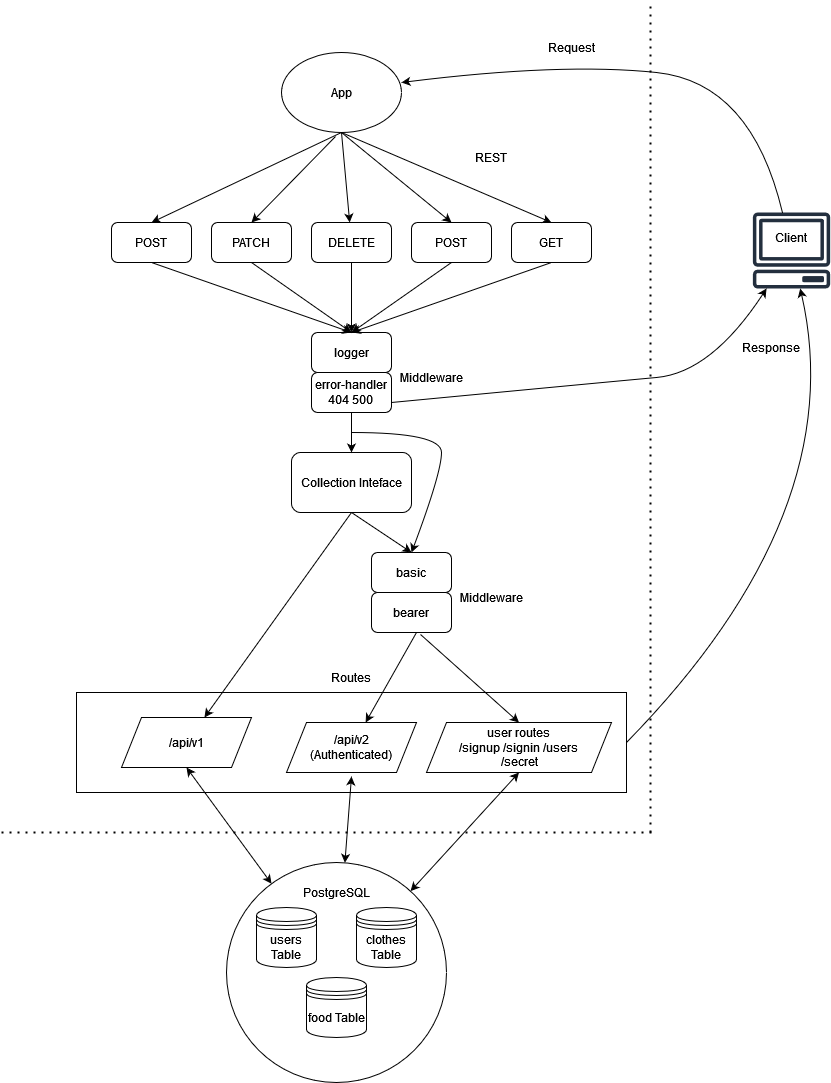
The draw.io diagram uml-diagram.png in Beers15/auth-api, before a commit. Source tidied: cells renumbered, new cells last; positions are measured from the earlier drawing's top-left corner, leaving out a move shared by most shapes. Its diagram source:
```xml
<mxGraphModel>
  <root>
    <mxCell id="0" />
    <mxCell id="1" parent="0" />
    <mxCell id="2" style="rounded=0;whiteSpace=wrap;html=1;" parent="1" vertex="1">
      <mxGeometry x="75" y="691" width="550" height="100" as="geometry" />
    </mxCell>
    <mxCell id="3" style="endArrow=none;dashed=1;html=1;dashPattern=1 3;strokeWidth=2;rounded=0;" parent="1" edge="1">
      <mxGeometry relative="1" as="geometry">
        <mxPoint x="649" y="831" as="sourcePoint" />
        <mxPoint x="649" as="targetPoint" />
      </mxGeometry>
    </mxCell>
    <mxCell id="4" value="POST" style="rounded=1;whiteSpace=wrap;html=1;" parent="1" vertex="1">
      <mxGeometry x="110" y="221" width="80" height="40" as="geometry" />
    </mxCell>
    <mxCell id="5" value="PATCH" style="rounded=1;whiteSpace=wrap;html=1;" parent="1" vertex="1">
      <mxGeometry x="210" y="221" width="80" height="40" as="geometry" />
    </mxCell>
    <mxCell id="6" value="DELETE" style="rounded=1;whiteSpace=wrap;html=1;" parent="1" vertex="1">
      <mxGeometry x="310" y="221" width="80" height="40" as="geometry" />
    </mxCell>
    <mxCell id="7" value="POST" style="rounded=1;whiteSpace=wrap;html=1;" parent="1" vertex="1">
      <mxGeometry x="410" y="221" width="80" height="40" as="geometry" />
    </mxCell>
    <mxCell id="8" value="GET" style="rounded=1;whiteSpace=wrap;html=1;" parent="1" vertex="1">
      <mxGeometry x="510" y="221" width="80" height="40" as="geometry" />
    </mxCell>
    <mxCell id="9" value="REST" style="text;html=1;strokeColor=none;fillColor=none;align=center;verticalAlign=middle;whiteSpace=wrap;rounded=0;" parent="1" vertex="1">
      <mxGeometry x="460" y="141" width="60" height="30" as="geometry" />
    </mxCell>
    <mxCell id="10" style="endArrow=none;dashed=1;html=1;dashPattern=1 3;strokeWidth=2;rounded=0;" parent="1" edge="1">
      <mxGeometry relative="1" as="geometry">
        <mxPoint y="831" as="sourcePoint" />
        <mxPoint x="650" y="831" as="targetPoint" />
      </mxGeometry>
    </mxCell>
    <mxCell id="11" style="ellipse;whiteSpace=wrap;html=1;" parent="1" vertex="1">
      <mxGeometry x="225" y="861" width="220" height="220" as="geometry" />
    </mxCell>
    <mxCell id="12" value="PostgreSQL" style="text;html=1;strokeColor=none;fillColor=none;align=center;verticalAlign=middle;whiteSpace=wrap;rounded=0;" parent="1" vertex="1">
      <mxGeometry x="305" y="876" width="60" height="30" as="geometry" />
    </mxCell>
    <mxCell id="13" value="Middleware" style="text;html=1;strokeColor=none;fillColor=none;align=center;verticalAlign=middle;whiteSpace=wrap;rounded=0;" parent="1" vertex="1">
      <mxGeometry x="400" y="361" width="60" height="30" as="geometry" />
    </mxCell>
    <mxCell id="14" style="endArrow=classic;html=1;rounded=0;exitX=0.5;exitY=1;exitDx=0;exitDy=0;" parent="1" edge="1" source="27" target="6">
      <mxGeometry relative="1" as="geometry" />
    </mxCell>
    <mxCell id="15" style="endArrow=classic;html=1;rounded=0;exitX=0.5;exitY=1;exitDx=0;exitDy=0;entryX=0.5;entryY=0;entryDx=0;entryDy=0;" parent="1" edge="1" source="27" target="8">
      <mxGeometry relative="1" as="geometry" />
    </mxCell>
    <mxCell id="16" style="endArrow=classic;html=1;rounded=0;entryX=0.5;entryY=0;entryDx=0;entryDy=0;exitX=0.5;exitY=1;exitDx=0;exitDy=0;" parent="1" edge="1" source="27" target="7">
      <mxGeometry relative="1" as="geometry" />
    </mxCell>
    <mxCell id="17" style="endArrow=classic;html=1;rounded=0;exitX=0.45;exitY=1.05;exitDx=0;exitDy=0;entryX=0.5;entryY=0;entryDx=0;entryDy=0;exitPerimeter=0;" parent="1" edge="1" source="27" target="5">
      <mxGeometry relative="1" as="geometry" />
    </mxCell>
    <mxCell id="18" style="endArrow=classic;html=1;rounded=0;entryX=0.5;entryY=0;entryDx=0;entryDy=0;exitX=0.5;exitY=1;exitDx=0;exitDy=0;" parent="1" edge="1" source="27" target="4">
      <mxGeometry relative="1" as="geometry" />
    </mxCell>
    <mxCell id="19" value="Request" style="text;html=1;strokeColor=none;fillColor=none;align=center;verticalAlign=middle;whiteSpace=wrap;rounded=0;" parent="1" vertex="1">
      <mxGeometry x="540" y="31" width="60" height="30" as="geometry" />
    </mxCell>
    <mxCell id="20" value="Response" style="text;html=1;strokeColor=none;fillColor=none;align=center;verticalAlign=middle;whiteSpace=wrap;rounded=0;" parent="1" vertex="1">
      <mxGeometry x="740" y="331" width="60" height="30" as="geometry" />
    </mxCell>
    <mxCell id="21" style="shape=datastore;whiteSpace=wrap;html=1;" parent="1" vertex="1">
      <mxGeometry x="255" y="906" width="60" height="60" as="geometry" />
    </mxCell>
    <mxCell id="22" value="users Table" style="text;html=1;strokeColor=none;fillColor=none;align=center;verticalAlign=middle;whiteSpace=wrap;rounded=0;" parent="1" vertex="1">
      <mxGeometry x="255" y="931" width="60" height="30" as="geometry" />
    </mxCell>
    <mxCell id="23" style="sketch=0;outlineConnect=0;fontColor=#232F3E;gradientColor=none;fillColor=#232F3E;strokeColor=none;dashed=0;verticalLabelPosition=bottom;verticalAlign=top;align=center;html=1;fontSize=12;fontStyle=0;shape=mxgraph.aws4.client;" parent="1" vertex="1">
      <mxGeometry x="751" y="211" width="78" height="76" as="geometry" />
    </mxCell>
    <mxCell id="24" value="&lt;div&gt;Client&lt;/div&gt;" style="text;html=1;strokeColor=none;fillColor=none;align=center;verticalAlign=middle;whiteSpace=wrap;rounded=0;" parent="1" vertex="1">
      <mxGeometry x="760" y="221" width="60" height="30" as="geometry" />
    </mxCell>
    <mxCell id="25" value="basic" style="rounded=1;whiteSpace=wrap;html=1;" parent="1" vertex="1">
      <mxGeometry x="370" y="551" width="80" height="40" as="geometry" />
    </mxCell>
    <mxCell id="26" value="bearer" style="rounded=1;whiteSpace=wrap;html=1;" parent="1" vertex="1">
      <mxGeometry x="370" y="591" width="80" height="40" as="geometry" />
    </mxCell>
    <mxCell id="27" value="App" style="ellipse;whiteSpace=wrap;html=1;" parent="1" vertex="1">
      <mxGeometry x="280" y="51" width="120" height="80" as="geometry" />
    </mxCell>
    <mxCell id="28" value="&lt;div&gt;user routes&lt;/div&gt;&lt;div&gt;/signup /signin /users&lt;br&gt;&lt;/div&gt;&amp;nbsp;/secret" style="shape=parallelogram;perimeter=parallelogramPerimeter;whiteSpace=wrap;html=1;fixedSize=1;" parent="1" vertex="1">
      <mxGeometry x="425" y="721" width="185" height="50" as="geometry" />
    </mxCell>
    <mxCell id="29" value="/api/v1" style="shape=parallelogram;perimeter=parallelogramPerimeter;whiteSpace=wrap;html=1;fixedSize=1;" parent="1" vertex="1">
      <mxGeometry x="120" y="716" width="130" height="50" as="geometry" />
    </mxCell>
    <mxCell id="30" value="&lt;div&gt;/api/v2&lt;/div&gt;&lt;div&gt;(Authenticated)&lt;/div&gt;" style="shape=parallelogram;perimeter=parallelogramPerimeter;whiteSpace=wrap;html=1;fixedSize=1;" parent="1" vertex="1">
      <mxGeometry x="285" y="721" width="130" height="50" as="geometry" />
    </mxCell>
    <mxCell id="31" value="Collection Inteface" style="rounded=1;whiteSpace=wrap;html=1;" parent="1" vertex="1">
      <mxGeometry x="290" y="451" width="120" height="60" as="geometry" />
    </mxCell>
    <mxCell id="32" value="&lt;div&gt;error-handler&lt;/div&gt;&lt;div&gt;404 500&lt;br&gt;&lt;/div&gt;" style="rounded=1;whiteSpace=wrap;html=1;" parent="1" vertex="1">
      <mxGeometry x="310" y="371" width="80" height="40" as="geometry" />
    </mxCell>
    <mxCell id="33" value="logger" style="rounded=1;whiteSpace=wrap;html=1;" parent="1" vertex="1">
      <mxGeometry x="310" y="331" width="80" height="40" as="geometry" />
    </mxCell>
    <mxCell id="34" value="clothes Table" style="shape=datastore;whiteSpace=wrap;html=1;" parent="1" vertex="1">
      <mxGeometry x="355" y="906" width="60" height="60" as="geometry" />
    </mxCell>
    <mxCell id="35" value="food Table" style="shape=datastore;whiteSpace=wrap;html=1;" parent="1" vertex="1">
      <mxGeometry x="305" y="976" width="60" height="60" as="geometry" />
    </mxCell>
    <mxCell id="36" value="Routes" style="text;html=1;strokeColor=none;fillColor=none;align=center;verticalAlign=middle;whiteSpace=wrap;rounded=0;" parent="1" vertex="1">
      <mxGeometry x="320" y="661" width="60" height="30" as="geometry" />
    </mxCell>
    <mxCell id="37" style="endArrow=classic;startArrow=classic;html=1;rounded=0;entryX=0.5;entryY=1;entryDx=0;entryDy=0;" parent="1" edge="1" source="11">
      <mxGeometry relative="1" as="geometry">
        <mxPoint x="350" y="775" as="targetPoint" />
      </mxGeometry>
    </mxCell>
    <mxCell id="38" style="endArrow=classic;startArrow=classic;html=1;rounded=0;entryX=0.5;entryY=1;entryDx=0;entryDy=0;" parent="1" edge="1" source="11" target="29">
      <mxGeometry relative="1" as="geometry" />
    </mxCell>
    <mxCell id="39" style="endArrow=classic;startArrow=classic;html=1;rounded=0;entryX=0.5;entryY=1;entryDx=0;entryDy=0;" parent="1" edge="1" source="11" target="28">
      <mxGeometry relative="1" as="geometry" />
    </mxCell>
    <mxCell id="40" style="endArrow=classic;html=1;rounded=0;exitX=0.5;exitY=1;exitDx=0;exitDy=0;" parent="1" edge="1" source="31" target="29">
      <mxGeometry relative="1" as="geometry" />
    </mxCell>
    <mxCell id="41" style="endArrow=classic;html=1;rounded=0;exitX=0.5;exitY=1;exitDx=0;exitDy=0;entryX=0.5;entryY=0;entryDx=0;entryDy=0;" parent="1" edge="1" source="31" target="25">
      <mxGeometry relative="1" as="geometry" />
    </mxCell>
    <mxCell id="42" style="endArrow=classic;html=1;rounded=0;exitX=0.25;exitY=1;exitDx=0;exitDy=0;" parent="1" edge="1" target="30">
      <mxGeometry relative="1" as="geometry">
        <mxPoint x="415" y="631" as="sourcePoint" />
      </mxGeometry>
    </mxCell>
    <mxCell id="43" style="endArrow=classic;html=1;rounded=0;exitX=0.613;exitY=1.05;exitDx=0;exitDy=0;entryX=0.5;entryY=0;entryDx=0;entryDy=0;exitPerimeter=0;" parent="1" edge="1" source="26" target="28">
      <mxGeometry relative="1" as="geometry" />
    </mxCell>
    <mxCell id="44" style="endArrow=classic;html=1;rounded=0;exitX=0.5;exitY=1;exitDx=0;exitDy=0;" parent="1" edge="1" source="6" target="33">
      <mxGeometry relative="1" as="geometry" />
    </mxCell>
    <mxCell id="45" style="endArrow=classic;html=1;rounded=0;exitX=0.5;exitY=1;exitDx=0;exitDy=0;entryX=0.5;entryY=0;entryDx=0;entryDy=0;" parent="1" edge="1" source="32" target="31">
      <mxGeometry relative="1" as="geometry" />
    </mxCell>
    <mxCell id="46" style="endArrow=classic;html=1;rounded=0;exitX=0.5;exitY=1;exitDx=0;exitDy=0;entryX=0.5;entryY=0;entryDx=0;entryDy=0;" parent="1" edge="1" source="7" target="33">
      <mxGeometry relative="1" as="geometry" />
    </mxCell>
    <mxCell id="47" style="endArrow=classic;html=1;rounded=0;exitX=0.5;exitY=1;exitDx=0;exitDy=0;entryX=0.5;entryY=0;entryDx=0;entryDy=0;" parent="1" edge="1" source="8" target="33">
      <mxGeometry relative="1" as="geometry" />
    </mxCell>
    <mxCell id="48" style="endArrow=classic;html=1;rounded=0;exitX=0.5;exitY=1;exitDx=0;exitDy=0;entryX=0.5;entryY=0;entryDx=0;entryDy=0;" parent="1" edge="1" source="5" target="33">
      <mxGeometry relative="1" as="geometry" />
    </mxCell>
    <mxCell id="49" style="endArrow=classic;html=1;rounded=0;exitX=0.5;exitY=1;exitDx=0;exitDy=0;entryX=0.5;entryY=0;entryDx=0;entryDy=0;" parent="1" edge="1" source="4" target="33">
      <mxGeometry relative="1" as="geometry" />
    </mxCell>
    <mxCell id="50" style="curved=1;endArrow=classic;html=1;rounded=0;entryX=0.5;entryY=0;entryDx=0;entryDy=0;" parent="1" edge="1" target="25">
      <mxGeometry relative="1" as="geometry">
        <mxPoint x="350" y="431" as="sourcePoint" />
        <Array as="points">
          <mxPoint x="440" y="431" />
          <mxPoint x="440" y="471" />
        </Array>
      </mxGeometry>
    </mxCell>
    <mxCell id="51" value="Middleware" style="text;html=1;strokeColor=none;fillColor=none;align=center;verticalAlign=middle;whiteSpace=wrap;rounded=0;" parent="1" vertex="1">
      <mxGeometry x="460" y="581" width="60" height="30" as="geometry" />
    </mxCell>
    <mxCell id="52" style="curved=1;endArrow=classic;html=1;rounded=0;exitX=1;exitY=0.5;exitDx=0;exitDy=0;" parent="1" edge="1" source="2" target="23">
      <mxGeometry relative="1" as="geometry">
        <Array as="points">
          <mxPoint x="850" y="511" />
        </Array>
      </mxGeometry>
    </mxCell>
    <mxCell id="53" style="curved=1;endArrow=classic;html=1;rounded=0;exitX=1;exitY=0.75;exitDx=0;exitDy=0;" parent="1" edge="1" source="32" target="23">
      <mxGeometry relative="1" as="geometry">
        <Array as="points">
          <mxPoint x="600" y="381" />
          <mxPoint x="710" y="371" />
        </Array>
      </mxGeometry>
    </mxCell>
    <mxCell id="54" style="curved=1;endArrow=classic;html=1;rounded=0;entryX=1;entryY=0.375;entryDx=0;entryDy=0;entryPerimeter=0;" parent="1" edge="1" source="23" target="27">
      <mxGeometry relative="1" as="geometry">
        <Array as="points">
          <mxPoint x="750" y="81" />
          <mxPoint x="560" y="61" />
        </Array>
      </mxGeometry>
    </mxCell>
  </root>
</mxGraphModel>
```
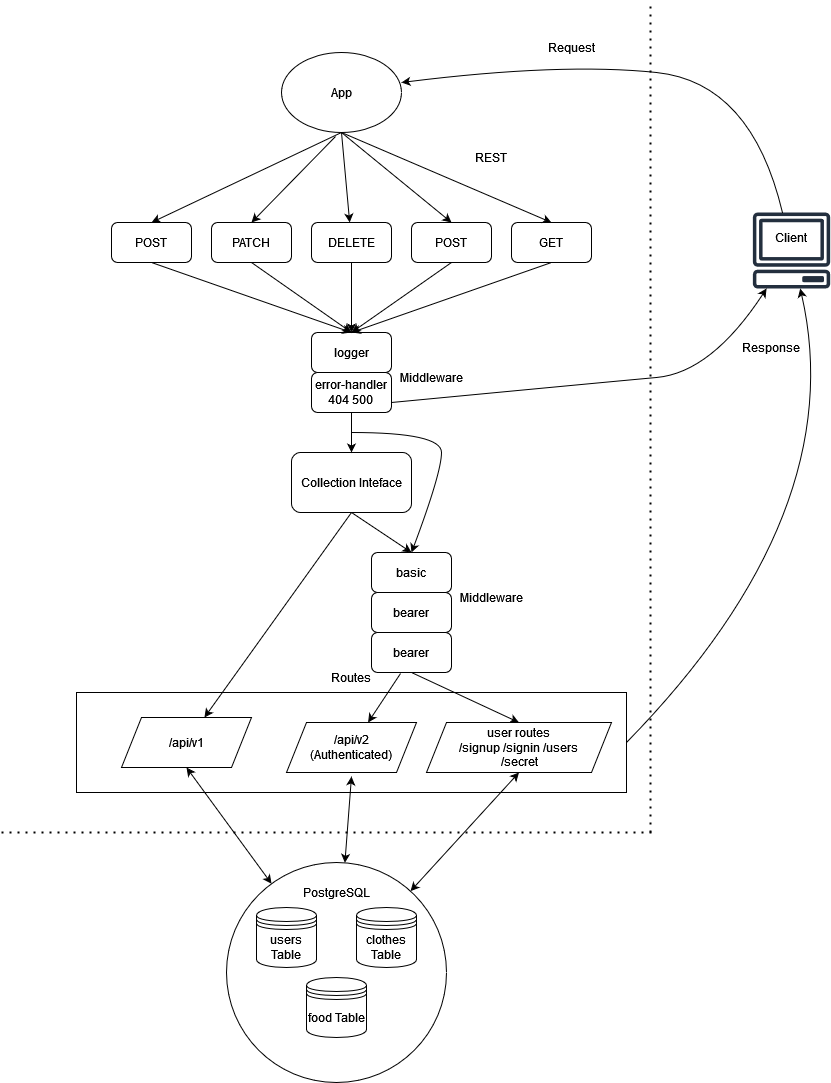
Later version of the same file.

Diff of the diagram source:
```diff
@@ -130,12 +130,10 @@
     <mxCell id="41" style="endArrow=classic;html=1;rounded=0;exitX=0.5;exitY=1;exitDx=0;exitDy=0;entryX=0.5;entryY=0;entryDx=0;entryDy=0;" parent="1" edge="1" source="31" target="25">
       <mxGeometry relative="1" as="geometry" />
     </mxCell>
-    <mxCell id="42" style="endArrow=classic;html=1;rounded=0;exitX=0.25;exitY=1;exitDx=0;exitDy=0;" parent="1" edge="1" target="30">
-      <mxGeometry relative="1" as="geometry">
-        <mxPoint x="415" y="631" as="sourcePoint" />
-      </mxGeometry>
+    <mxCell id="42" style="endArrow=classic;html=1;rounded=0;exitX=0.363;exitY=1.025;exitDx=0;exitDy=0;exitPerimeter=0;" parent="1" edge="1" source="55" target="30">
+      <mxGeometry relative="1" as="geometry" />
     </mxCell>
-    <mxCell id="43" style="endArrow=classic;html=1;rounded=0;exitX=0.613;exitY=1.05;exitDx=0;exitDy=0;entryX=0.5;entryY=0;entryDx=0;entryDy=0;exitPerimeter=0;" parent="1" edge="1" source="26" target="28">
+    <mxCell id="43" style="endArrow=classic;html=1;rounded=0;exitX=0.5;exitY=1;exitDx=0;exitDy=0;entryX=0.5;entryY=0;entryDx=0;entryDy=0;" parent="1" edge="1" source="55" target="28">
       <mxGeometry relative="1" as="geometry" />
     </mxCell>
     <mxCell id="44" style="endArrow=classic;html=1;rounded=0;exitX=0.5;exitY=1;exitDx=0;exitDy=0;" parent="1" edge="1" source="6" target="33">
@@ -191,5 +189,8 @@
         </Array>
       </mxGeometry>
     </mxCell>
+    <mxCell id="55" value="bearer" style="rounded=1;whiteSpace=wrap;html=1;" parent="1" vertex="1">
+      <mxGeometry x="370" y="631" width="80" height="40" as="geometry" />
+    </mxCell>
   </root>
 </mxGraphModel>
```
